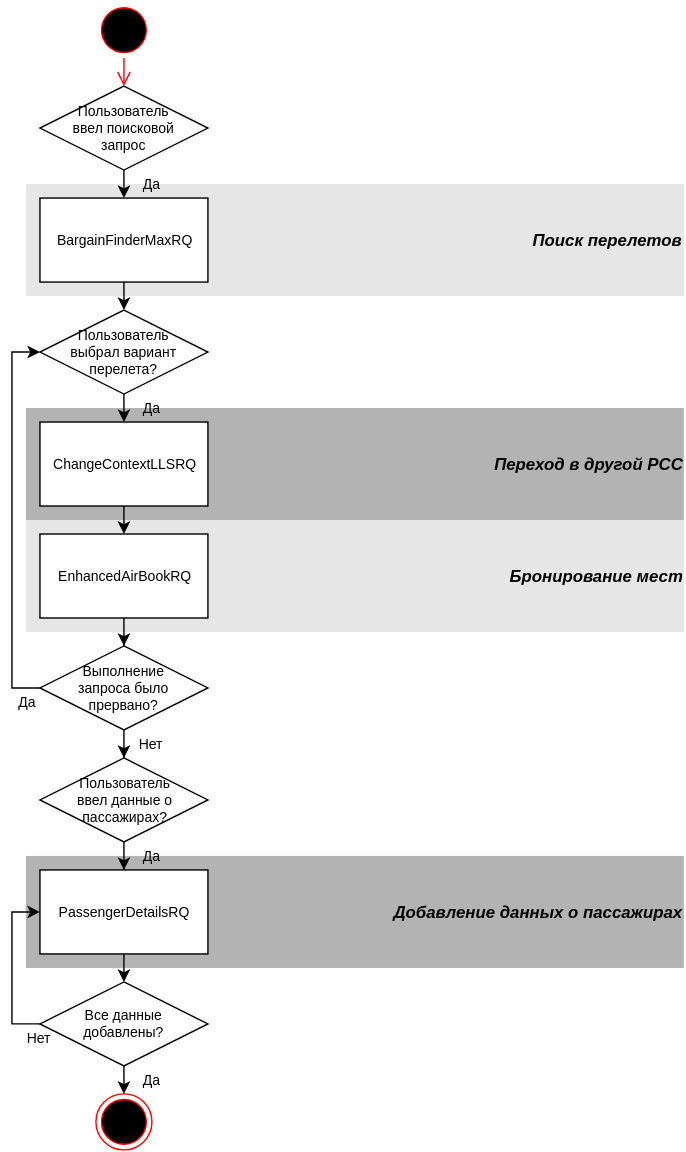
The draw.io diagram assets/svg/Search&Create Booking/[RU]Search&Create Booking-1[PCC].svg in andreypolyak/sabre-apis-ru, before a commit. Source tidied: cells renumbered, new cells last; positions are measured from the earlier drawing's top-left corner, leaving out a move shared by most shapes. The source it was exported from:
```xml
<mxGraphModel background="#ffffff">
  <root>
    <mxCell id="0" />
    <mxCell id="1" parent="0" />
    <mxCell id="2" value="&lt;div style=&quot;text-align: right&quot;&gt;&lt;span style=&quot;font-size: 12px&quot;&gt;&lt;b&gt;&lt;i&gt;Переход в другой PCC&lt;/i&gt;&lt;/b&gt;&lt;/span&gt;&lt;/div&gt;" style="whiteSpace=wrap;html=1;fillColor=#B3B3B3;fontSize=10;strokeColor=none;align=right;" parent="1" vertex="1">
      <mxGeometry x="10" y="290" width="470" height="80" as="geometry" />
    </mxCell>
    <mxCell id="3" value="&lt;div style=&quot;text-align: right&quot;&gt;&lt;i style=&quot;font-size: 12px ; line-height: 1.2&quot;&gt;&lt;b&gt;Добавление данных о пассажирах&lt;/b&gt;&lt;/i&gt;&lt;/div&gt;" style="whiteSpace=wrap;html=1;fillColor=#B3B3B3;fontSize=10;strokeColor=none;align=right;" parent="1" vertex="1">
      <mxGeometry x="10" y="610" width="470" height="80" as="geometry" />
    </mxCell>
    <mxCell id="4" value="&lt;div style=&quot;text-align: right&quot;&gt;&lt;span style=&quot;line-height: 1.2&quot;&gt;&lt;font style=&quot;font-size: 12px&quot;&gt;&lt;b&gt;&lt;i&gt;Бронирование мест&lt;/i&gt;&lt;/b&gt;&lt;/font&gt;&lt;/span&gt;&lt;/div&gt;" style="whiteSpace=wrap;html=1;fillColor=#E6E6E6;fontSize=10;strokeColor=none;align=right;" parent="1" vertex="1">
      <mxGeometry x="10" y="370" width="470" height="80" as="geometry" />
    </mxCell>
    <mxCell id="5" value="&lt;div style=&quot;text-align: right&quot;&gt;&lt;font style=&quot;font-size: 12px&quot;&gt;&lt;i&gt;&lt;b&gt;Поиск перелетов&lt;/b&gt;&lt;/i&gt;&lt;/font&gt;&lt;/div&gt;" style="whiteSpace=wrap;html=1;fillColor=#E6E6E6;fontSize=10;strokeColor=none;align=right;" parent="1" vertex="1">
      <mxGeometry x="10" y="130" width="470" height="80" as="geometry" />
    </mxCell>
    <mxCell id="6" value="Да" style="edgeStyle=orthogonalEdgeStyle;rounded=0;html=1;exitX=0.5;exitY=1;entryX=0.5;entryY=0;jettySize=auto;fontSize=10;labelBackgroundColor=none;" parent="1" edge="1" target="7">
      <mxGeometry y="20" relative="1" as="geometry">
        <mxPoint x="80" y="120" as="sourcePoint" />
      </mxGeometry>
    </mxCell>
    <mxCell id="7" value="&lt;span&gt;BargainFinderMaxRQ&lt;/span&gt;" style="whiteSpace=wrap;html=1;rounded=0;fontSize=10;" parent="1" vertex="1">
      <mxGeometry x="20" y="140" width="120" height="60" as="geometry" />
    </mxCell>
    <mxCell id="8" style="edgeStyle=orthogonalEdgeStyle;rounded=0;html=1;exitX=0.5;exitY=1;jettySize=auto;fontSize=10;" parent="1" edge="1" source="9" target="19">
      <mxGeometry relative="1" as="geometry" />
    </mxCell>
    <mxCell id="9" value="EnhancedAirBookRQ" style="whiteSpace=wrap;html=1;rounded=0;fontSize=10;" parent="1" vertex="1">
      <mxGeometry x="20" y="380" width="120" height="60" as="geometry" />
    </mxCell>
    <mxCell id="10" value="PassengerDetailsRQ" style="whiteSpace=wrap;html=1;rounded=0;fontSize=10;" parent="1" vertex="1">
      <mxGeometry x="20" y="620" width="120" height="60" as="geometry" />
    </mxCell>
    <mxCell id="11" style="edgeStyle=orthogonalEdgeStyle;rounded=0;html=1;exitX=0.5;exitY=1;jettySize=auto;entryX=0.5;entryY=0;fontSize=10;" parent="1" edge="1" source="7" target="13">
      <mxGeometry relative="1" as="geometry" />
    </mxCell>
    <mxCell id="12" value="Да" style="edgeStyle=orthogonalEdgeStyle;rounded=0;html=1;exitX=0.5;exitY=1;entryX=0.5;entryY=0;jettySize=auto;fontSize=10;labelBackgroundColor=none;" parent="1" edge="1" source="13">
      <mxGeometry y="20" relative="1" as="geometry">
        <mxPoint x="80" y="300" as="targetPoint" />
      </mxGeometry>
    </mxCell>
    <mxCell id="13" value="Пользователь&lt;div&gt;выбрал вариант перелета?&lt;/div&gt;" style="rhombus;whiteSpace=wrap;html=1;rounded=0;fontSize=10;" parent="1" vertex="1">
      <mxGeometry x="20" y="220" width="120" height="60" as="geometry" />
    </mxCell>
    <mxCell id="14" value="Да" style="edgeStyle=orthogonalEdgeStyle;rounded=0;html=1;jettySize=auto;fontSize=10;exitX=0.5;exitY=1;labelBackgroundColor=none;" parent="1" edge="1" source="15" target="10">
      <mxGeometry x="0.67" y="20" relative="1" as="geometry" />
    </mxCell>
    <mxCell id="15" value="Пользователь&lt;div&gt;ввел&amp;nbsp;&lt;span style=&quot;line-height: 1.2&quot;&gt;данные&amp;nbsp;&lt;/span&gt;&lt;span style=&quot;line-height: 1.2&quot;&gt;о&lt;/span&gt;&lt;/div&gt;&lt;div&gt;&lt;span style=&quot;line-height: 1.2&quot;&gt;пассажирах?&lt;/span&gt;&lt;/div&gt;" style="rhombus;whiteSpace=wrap;html=1;rounded=0;fontSize=10;" parent="1" vertex="1">
      <mxGeometry x="20" y="540" width="120" height="60" as="geometry" />
    </mxCell>
    <mxCell id="16" value="Нет" style="edgeStyle=orthogonalEdgeStyle;rounded=0;html=1;jettySize=auto;fontSize=10;exitX=0.5;exitY=1;" parent="1" edge="1" source="19" target="15">
      <mxGeometry x="0.67" y="20" relative="1" as="geometry" />
    </mxCell>
    <mxCell id="17" value="Пользователь&lt;div&gt;ввел&amp;nbsp;&lt;span style=&quot;line-height: 1.2&quot;&gt;поисковой&lt;/span&gt;&lt;/div&gt;&lt;div&gt;&lt;span style=&quot;line-height: 1.2&quot;&gt;запрос&lt;/span&gt;&lt;/div&gt;" style="rhombus;whiteSpace=wrap;html=1;rounded=0;fontSize=10;" parent="1" vertex="1">
      <mxGeometry x="20" y="60" width="120" height="60" as="geometry" />
    </mxCell>
    <mxCell id="18" value="Да" style="edgeStyle=orthogonalEdgeStyle;rounded=0;html=1;exitX=0;exitY=0.5;jettySize=auto;fontSize=10;entryX=0;entryY=0.5;" parent="1" edge="1" source="19" target="13">
      <mxGeometry x="-0.93" y="10" relative="1" as="geometry">
        <Array as="points">
          <mxPoint y="490" />
          <mxPoint y="250" />
        </Array>
      </mxGeometry>
    </mxCell>
    <mxCell id="19" value="Выполнение&lt;div&gt;запроса было&lt;/div&gt;&lt;div&gt;прервано?&lt;/div&gt;" style="rhombus;whiteSpace=wrap;html=1;rounded=0;fontSize=10;" parent="1" vertex="1">
      <mxGeometry x="20" y="460" width="120" height="60" as="geometry" />
    </mxCell>
    <mxCell id="20" style="ellipse;html=1;shape=startState;fillColor=#000000;strokeColor=#ff0000;rounded=0;fontSize=10;align=center;" parent="1" vertex="1">
      <mxGeometry x="60" width="40" height="40" as="geometry" />
    </mxCell>
    <mxCell id="21" style="edgeStyle=orthogonalEdgeStyle;html=1;verticalAlign=bottom;endArrow=open;endSize=8;strokeColor=#ff0000;fontSize=10;" parent="1" edge="1" source="20" target="17">
      <mxGeometry relative="1" as="geometry" />
    </mxCell>
    <mxCell id="22" style="ellipse;html=1;shape=endState;fillColor=#000000;strokeColor=#ff0000;rounded=0;fontSize=10;align=center;" parent="1" vertex="1">
      <mxGeometry x="60" y="780" width="40" height="40" as="geometry" />
    </mxCell>
    <mxCell id="23" value="Да" style="edgeStyle=orthogonalEdgeStyle;rounded=0;html=1;entryX=0.5;entryY=0;jettySize=auto;orthogonalLoop=1;exitX=0.5;exitY=1;fontSize=10;" parent="1" edge="1">
      <mxGeometry as="geometry">
        <mxPoint x="80" y="760" as="sourcePoint" />
        <mxPoint x="80" y="780" as="targetPoint" />
        <mxPoint x="20" as="offset" />
      </mxGeometry>
    </mxCell>
    <mxCell id="24" style="edgeStyle=orthogonalEdgeStyle;rounded=0;html=1;exitX=0.5;exitY=1;entryX=0.5;entryY=0;labelBackgroundColor=none;jettySize=auto;fontSize=10;" parent="1" edge="1" target="26">
      <mxGeometry x="360" y="720" as="geometry">
        <mxPoint x="80" y="680" as="sourcePoint" />
      </mxGeometry>
    </mxCell>
    <mxCell id="25" value="Нет" style="edgeStyle=orthogonalEdgeStyle;rounded=0;html=1;exitX=0;exitY=0.5;entryX=0;entryY=0.5;labelBackgroundColor=none;jettySize=auto;fontSize=10;" parent="1" edge="1" source="26">
      <mxGeometry as="geometry">
        <mxPoint x="20" y="650" as="targetPoint" />
        <Array as="points">
          <mxPoint y="730" />
          <mxPoint y="650" />
        </Array>
        <mxPoint y="50" as="offset" />
      </mxGeometry>
    </mxCell>
    <mxCell id="26" value="Все&amp;nbsp;&lt;span&gt;данные&lt;/span&gt;&lt;div&gt;&lt;div&gt;добавлены?&lt;/div&gt;&lt;/div&gt;" style="rhombus;whiteSpace=wrap;html=1;rounded=0;fontSize=10;" parent="1" vertex="1">
      <mxGeometry x="20" y="700" width="120" height="60" as="geometry" />
    </mxCell>
    <mxCell id="27" style="edgeStyle=orthogonalEdgeStyle;rounded=0;html=1;exitX=0.5;exitY=1;entryX=0.5;entryY=0;labelBackgroundColor=none;startArrow=none;startFill=0;endArrow=classic;endFill=1;jettySize=auto;fontSize=8;fontColor=#000000;" parent="1" edge="1" source="28" target="9">
      <mxGeometry relative="1" as="geometry" />
    </mxCell>
    <mxCell id="28" value="ChangeContextLLSRQ" style="whiteSpace=wrap;html=1;rounded=0;fontSize=10;" parent="1" vertex="1">
      <mxGeometry x="20" y="300" width="120" height="60" as="geometry" />
    </mxCell>
  </root>
</mxGraphModel>
```
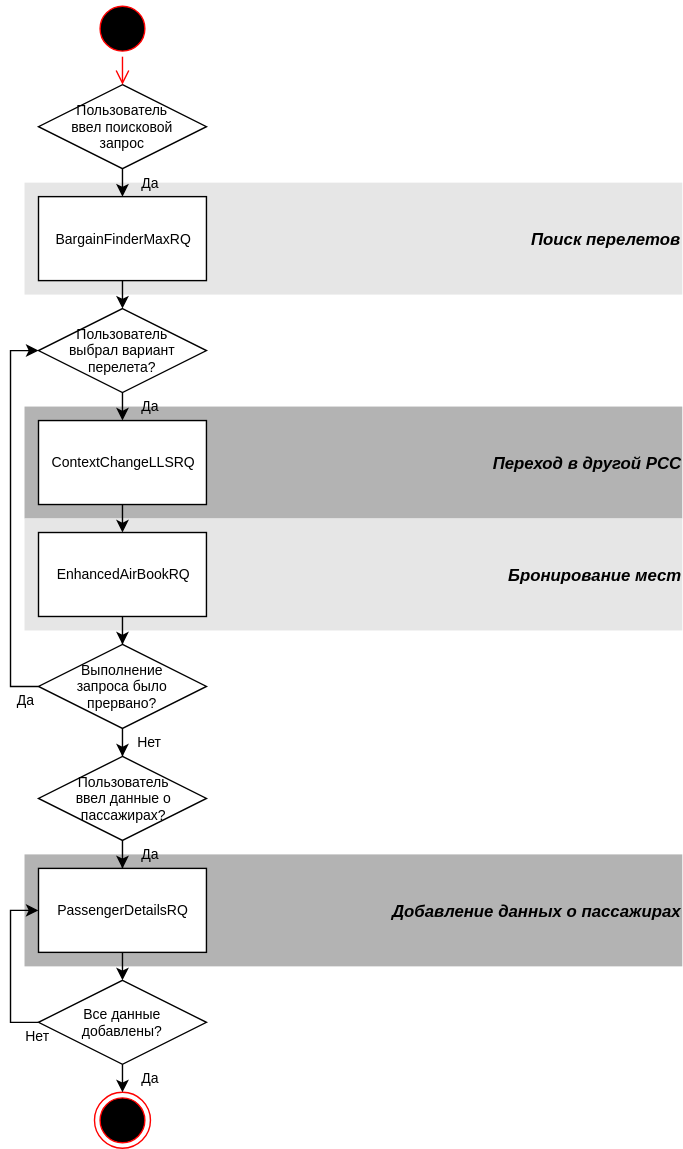
The same diagram one commit later.

Diff of the diagram source:
```diff
@@ -102,7 +102,7 @@
     <mxCell id="27" style="edgeStyle=orthogonalEdgeStyle;rounded=0;html=1;exitX=0.5;exitY=1;entryX=0.5;entryY=0;labelBackgroundColor=none;startArrow=none;startFill=0;endArrow=classic;endFill=1;jettySize=auto;fontSize=8;fontColor=#000000;" parent="1" edge="1" source="28" target="9">
       <mxGeometry relative="1" as="geometry" />
     </mxCell>
-    <mxCell id="28" value="ChangeContextLLSRQ" style="whiteSpace=wrap;html=1;rounded=0;fontSize=10;" parent="1" vertex="1">
+    <mxCell id="28" value="ContextChangeLLSRQ" style="whiteSpace=wrap;html=1;rounded=0;fontSize=10;" parent="1" vertex="1">
       <mxGeometry x="20" y="300" width="120" height="60" as="geometry" />
     </mxCell>
   </root>
```
